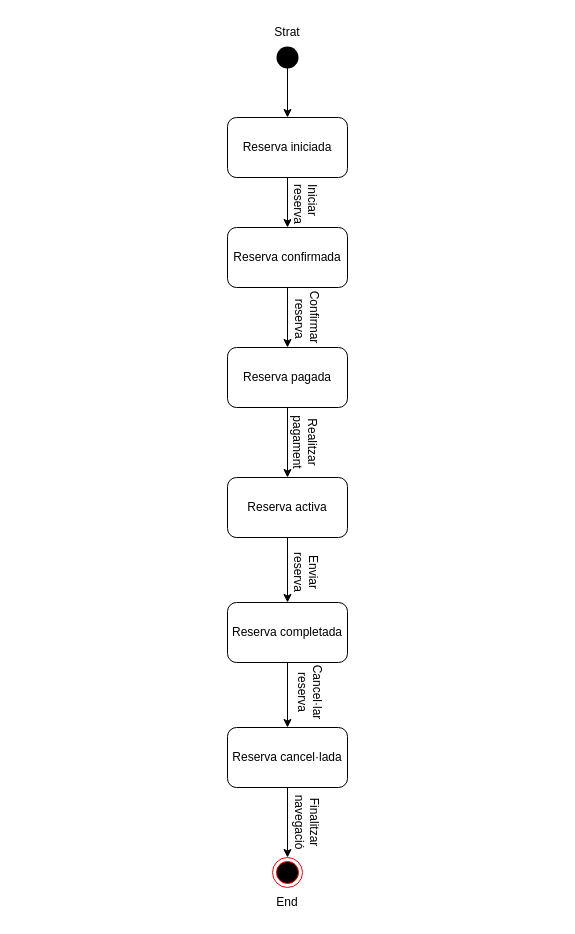
joam6/Sailing_XaJo keeps this draw.io diagram as Diagramas/Estat_XaJo.drawio. Above is the earlier version. Source tidied: cells renumbered, new cells numbered last; positions are measured from the earlier drawing's top-left corner, leaving out a move shared by most shapes. Both pictures are drawn from the tidied source at 100%, with x=0, y=0 at pixel (227, 17).
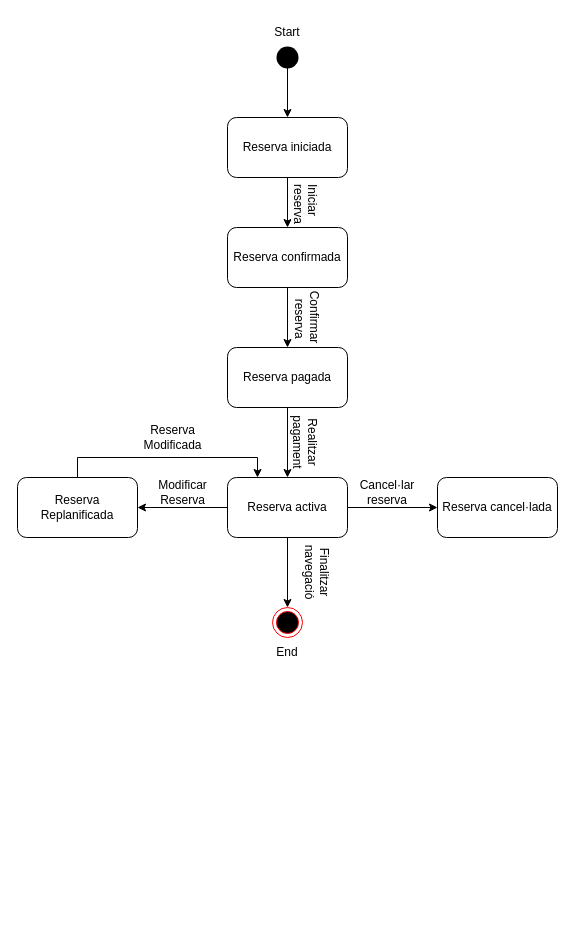
Above is the later version.

The change refers to these unchanged cells:
```xml
<mxCell id="6" value="Reserva activa" style="rounded=1;whiteSpace=wrap;html=1;" parent="1" vertex="1">
  <mxGeometry y="460" width="120" height="60" as="geometry" />
</mxCell>
```

What changed in the source:
```diff
@@
-    <mxCell id="5" style="edgeStyle=orthogonalEdgeStyle;rounded=0;jettySize=auto;html=1;exitX=0.5;exitY=1;exitDx=0;exitDy=0;entryX=0.5;entryY=0;entryDx=0;entryDy=0;" parent="1" edge="1" source="6" target="14">
+    <mxCell id="5" style="edgeStyle=orthogonalEdgeStyle;rounded=0;jettySize=auto;html=1;exitX=0.5;exitY=1;exitDx=0;exitDy=0;entryX=0.5;entryY=0;entryDx=0;entryDy=0;" parent="1" edge="1" source="6" target="19">
       <mxGeometry relative="1" as="geometry" />
     </mxCell>
+    <mxCell id="25" style="edgeStyle=orthogonalEdgeStyle;rounded=0;jettySize=auto;html=1;exitX=0;exitY=0.5;exitDx=0;exitDy=0;entryX=1;entryY=0.5;entryDx=0;entryDy=0;" parent="1" edge="1" source="6" target="28">
+      <mxGeometry relative="1" as="geometry" />
+    </mxCell>
+    <mxCell id="26" style="edgeStyle=orthogonalEdgeStyle;rounded=0;jettySize=auto;html=1;exitX=1;exitY=0.5;exitDx=0;exitDy=0;entryX=0;entryY=0.5;entryDx=0;entryDy=0;" parent="1" edge="1" source="6" target="17">
+      <mxGeometry relative="1" as="geometry" />
+    </mxCell>
@@
-    <mxCell id="13" style="edgeStyle=orthogonalEdgeStyle;rounded=0;jettySize=auto;html=1;exitX=0.5;exitY=1;exitDx=0;exitDy=0;entryX=0.5;entryY=0;entryDx=0;entryDy=0;" parent="1" edge="1" source="14" target="17">
-      <mxGeometry relative="1" as="geometry" />
-    </mxCell>
-    <mxCell id="14" value="Reserva completada" style="rounded=1;whiteSpace=wrap;html=1;" parent="1" vertex="1">
-      <mxGeometry y="585" width="120" height="60" as="geometry" />
-    </mxCell>
-    <mxCell id="15" value="Enviar reserva" style="text;html=1;align=center;verticalAlign=middle;whiteSpace=wrap;rounded=0;rotation=90;" parent="1" vertex="1">
-      <mxGeometry x="49" y="540" width="60" height="30" as="geometry" />
-    </mxCell>
-    <mxCell id="16" style="edgeStyle=orthogonalEdgeStyle;rounded=0;jettySize=auto;html=1;exitX=0.5;exitY=1;exitDx=0;exitDy=0;entryX=0.5;entryY=0;entryDx=0;entryDy=0;" parent="1" edge="1" source="17" target="19">
-      <mxGeometry relative="1" as="geometry" />
-    </mxCell>
     <mxCell id="17" value="Reserva cancel·lada" style="rounded=1;whiteSpace=wrap;html=1;" parent="1" vertex="1">
-      <mxGeometry y="710" width="120" height="60" as="geometry" />
+      <mxGeometry x="210" y="460" width="120" height="60" as="geometry" />
     </mxCell>
     <mxCell id="18" value="Finalitzar navegació" style="text;html=1;align=center;verticalAlign=middle;whiteSpace=wrap;rounded=0;rotation=90;" parent="1" vertex="1">
-      <mxGeometry x="50" y="790" width="60" height="30" as="geometry" />
+      <mxGeometry x="60" y="540" width="60" height="30" as="geometry" />
     </mxCell>
     <mxCell id="19" style="ellipse;html=1;shape=endState;fillColor=#000000;strokeColor=#ff0000;" parent="1" vertex="1">
-      <mxGeometry x="45" y="840" width="30" height="30" as="geometry" />
+      <mxGeometry x="45" y="590" width="30" height="30" as="geometry" />
     </mxCell>
-    <mxCell id="20" value="Strat" style="text;html=1;align=center;verticalAlign=middle;whiteSpace=wrap;rounded=0;" parent="1" vertex="1">
+    <mxCell id="20" value="Start" style="text;html=1;align=center;verticalAlign=middle;whiteSpace=wrap;rounded=0;" parent="1" vertex="1">
       <mxGeometry x="30" width="60" height="30" as="geometry" />
     </mxCell>
     <mxCell id="21" value="End" style="text;html=1;align=center;verticalAlign=middle;whiteSpace=wrap;rounded=0;" parent="1" vertex="1">
-      <mxGeometry x="30" y="870" width="60" height="30" as="geometry" />
+      <mxGeometry x="30" y="620" width="60" height="30" as="geometry" />
     </mxCell>
@@
-    <mxCell id="24" value="Cancel·lar reserva" style="text;html=1;align=center;verticalAlign=middle;whiteSpace=wrap;rounded=0;rotation=90;" parent="1" vertex="1">
-      <mxGeometry x="53" y="660" width="60" height="30" as="geometry" />
+    <mxCell id="24" value="Cancel·lar reserva" style="text;html=1;align=center;verticalAlign=middle;whiteSpace=wrap;rounded=0;rotation=0;" parent="1" vertex="1">
+      <mxGeometry x="130" y="460" width="60" height="30" as="geometry" />
     </mxCell>
+    <mxCell id="27" style="edgeStyle=orthogonalEdgeStyle;rounded=0;jettySize=auto;html=1;exitX=0.5;exitY=0;exitDx=0;exitDy=0;entryX=0.25;entryY=0;entryDx=0;entryDy=0;" parent="1" edge="1" source="28" target="6">
+      <mxGeometry relative="1" as="geometry" />
+    </mxCell>
+    <mxCell id="28" value="Reserva Replanificada" style="rounded=1;whiteSpace=wrap;html=1;" parent="1" vertex="1">
+      <mxGeometry x="-210" y="460" width="120" height="60" as="geometry" />
+    </mxCell>
+    <mxCell id="29" value="Modificar &lt;br&gt;Reserva" style="text;html=1;align=center;verticalAlign=middle;strokeColor=none;fillColor=none;" parent="1" vertex="1">
+      <mxGeometry x="-80" y="455" width="70" height="40" as="geometry" />
+    </mxCell>
+    <mxCell id="30" value="Reserva &lt;br&gt;Modificada" style="text;html=1;align=center;verticalAlign=middle;strokeColor=none;fillColor=none;" parent="1" vertex="1">
+      <mxGeometry x="-95" y="400" width="80" height="40" as="geometry" />
+    </mxCell>
```
